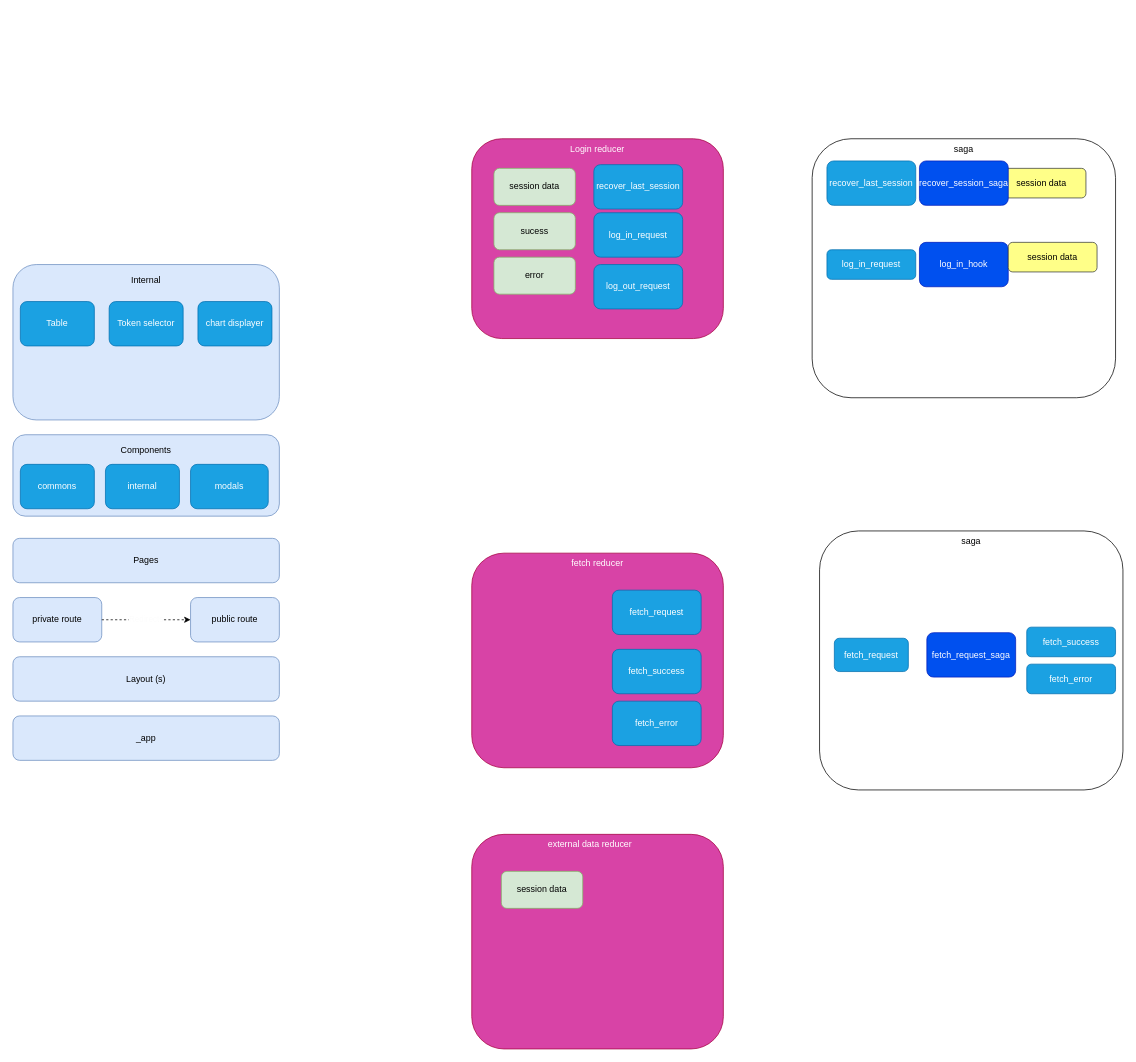
Earlier version of the draw.io diagram page "Page-1" (1 of 2) of docs/arch.drawio (Loque18/bitnaft). Source tidied: cells renumbered, new cells numbered last; positions are measured from the earlier drawing's top-left corner, leaving out a move shared by most shapes. Both pictures are drawn from the tidied source at 74%, with x=0, y=0 at pixel (13, 138).
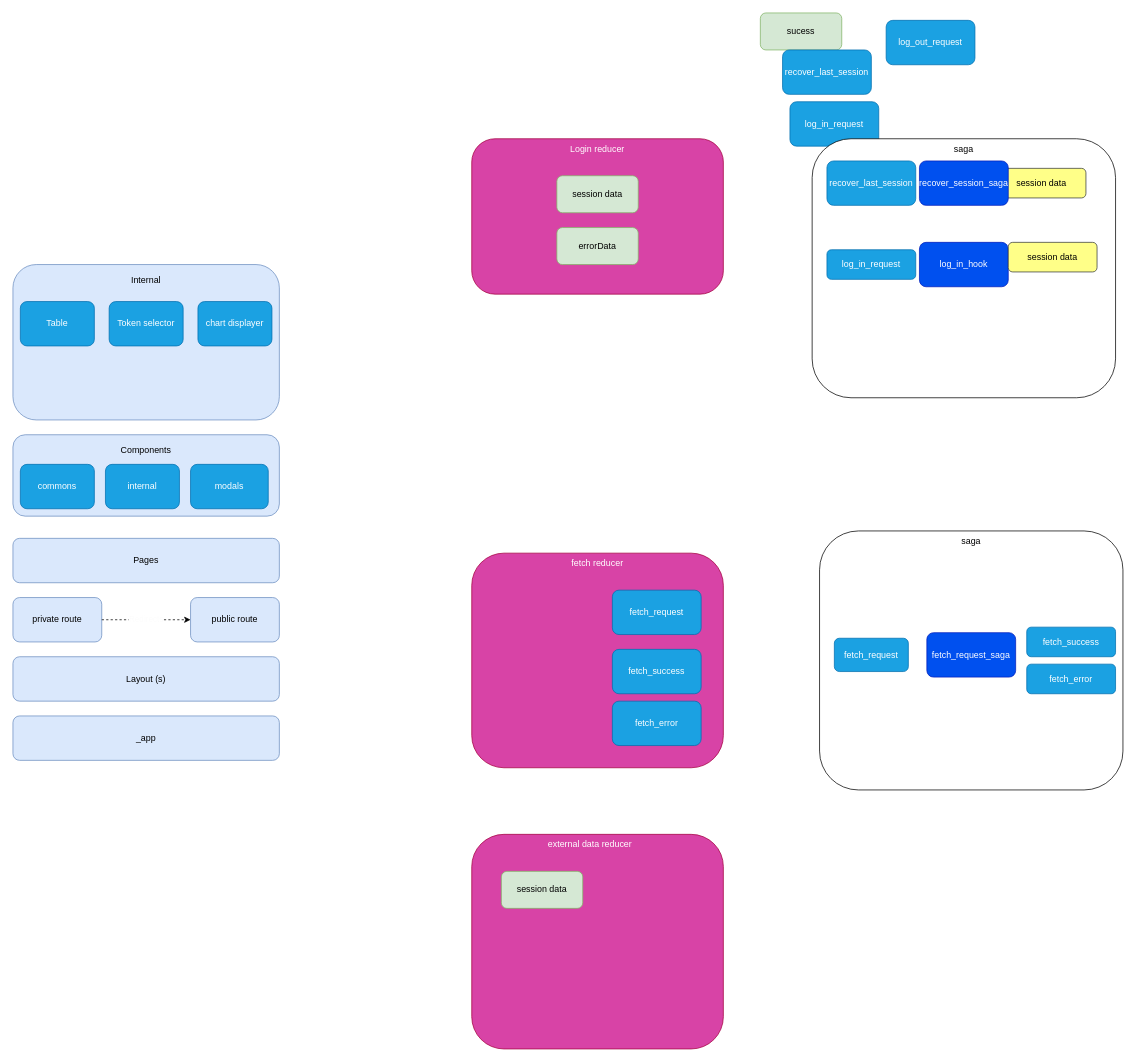
Above is the later version.

The edit, as a diff of the source:
```diff
@@
     <mxCell id="16" value="Login reducer" style="rounded=1;whiteSpace=wrap;html=1;fontColor=#ffffff;fillColor=#D843A6;strokeColor=#A50040;verticalAlign=top;" parent="1" vertex="1">
-      <mxGeometry x="620" width="340" height="270" as="geometry" />
+      <mxGeometry x="620" width="340" height="210" as="geometry" />
     </mxCell>
     <mxCell id="17" value="session data" style="rounded=1;whiteSpace=wrap;html=1;fillColor=#d5e8d4;strokeColor=#82b366;fontColor=#000000;" parent="1" vertex="1">
-      <mxGeometry x="650" y="40" width="110" height="50" as="geometry" />
+      <mxGeometry x="735" y="50" width="110" height="50" as="geometry" />
     </mxCell>
     <mxCell id="18" value="sucess" style="rounded=1;whiteSpace=wrap;html=1;fillColor=#d5e8d4;strokeColor=#82b366;fontColor=#000000;" parent="1" vertex="1">
-      <mxGeometry x="650" y="100" width="110" height="50" as="geometry" />
+      <mxGeometry x="1010" y="-170" width="110" height="50" as="geometry" />
     </mxCell>
-    <mxCell id="19" value="error" style="rounded=1;whiteSpace=wrap;html=1;fillColor=#d5e8d4;strokeColor=#82b366;fontColor=#000000;" parent="1" vertex="1">
-      <mxGeometry x="650" y="160" width="110" height="50" as="geometry" />
+    <mxCell id="19" value="errorData" style="rounded=1;whiteSpace=wrap;html=1;fillColor=#d5e8d4;strokeColor=#82b366;fontColor=#000000;" parent="1" vertex="1">
+      <mxGeometry x="735" y="120" width="110" height="50" as="geometry" />
     </mxCell>
     <mxCell id="20" value="recover_last_session" style="rounded=1;whiteSpace=wrap;html=1;fontColor=#ffffff;fillColor=#1ba1e2;strokeColor=#006EAF;" parent="1" vertex="1">
-      <mxGeometry x="785" y="35" width="120" height="60" as="geometry" />
+      <mxGeometry x="1040" y="-120" width="120" height="60" as="geometry" />
     </mxCell>
     <mxCell id="21" value="log_in_request" style="rounded=1;whiteSpace=wrap;html=1;fontColor=#ffffff;fillColor=#1ba1e2;strokeColor=#006EAF;" parent="1" vertex="1">
-      <mxGeometry x="785" y="100" width="120" height="60" as="geometry" />
+      <mxGeometry x="1050" y="-50" width="120" height="60" as="geometry" />
     </mxCell>
     <mxCell id="22" value="log_out_request" style="rounded=1;whiteSpace=wrap;html=1;fontColor=#ffffff;fillColor=#1ba1e2;strokeColor=#006EAF;" parent="1" vertex="1">
-      <mxGeometry x="785" y="170" width="120" height="60" as="geometry" />
+      <mxGeometry x="1180" y="-160" width="120" height="60" as="geometry" />
     </mxCell>
```
